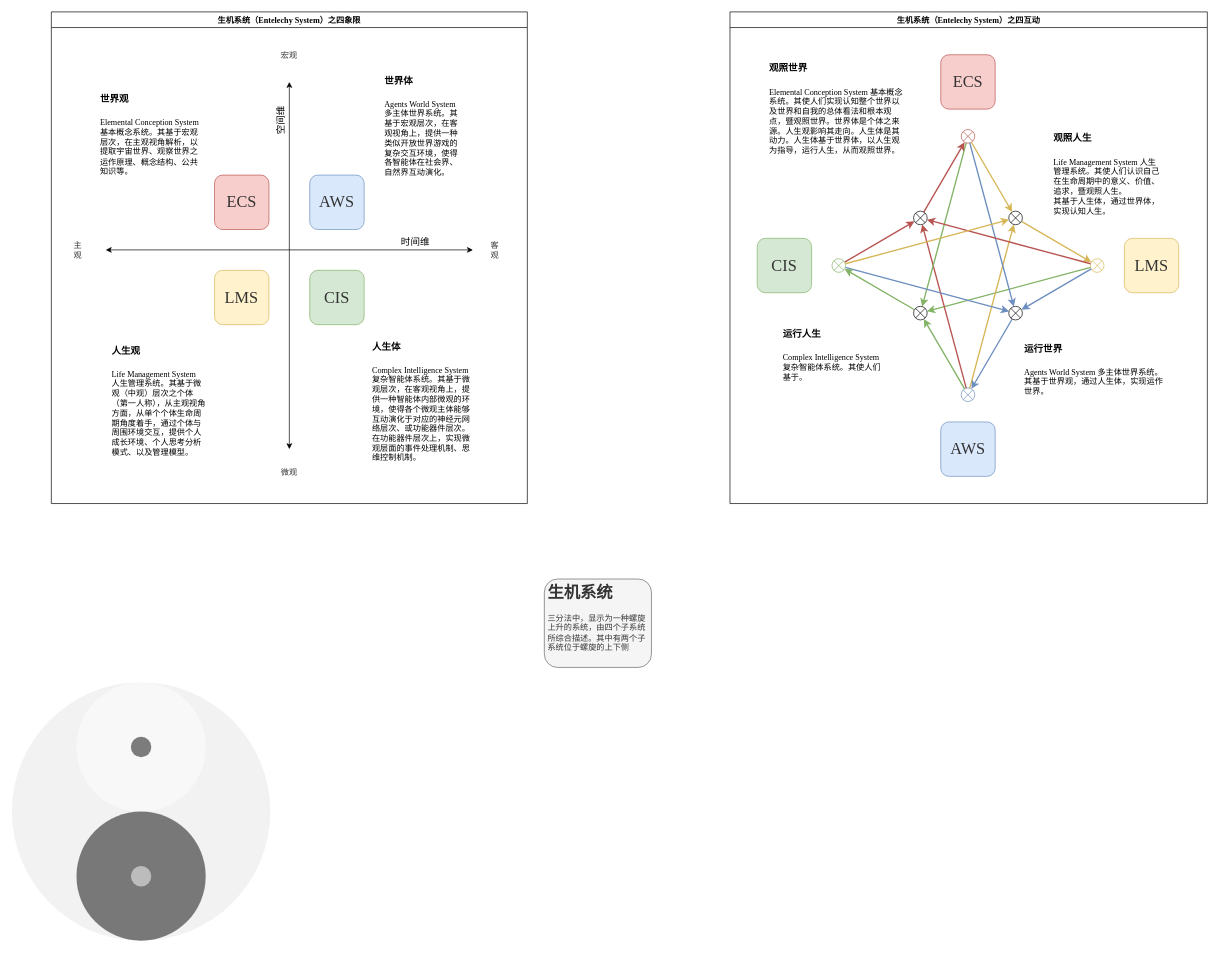
Above: page "生机系统之总体框架" (1 of 2) of Theory/总体分析框架.drawio in EntelechySystem/EntelechySystem_theory (draw.io), before the change. Source tidied: cells renumbered, new cells numbered last; positions are measured from the earlier drawing's top-left corner, leaving out a move shared by most shapes. Both pictures are drawn from the tidied source at 68%, with x=0, y=0 at pixel (12, 12).
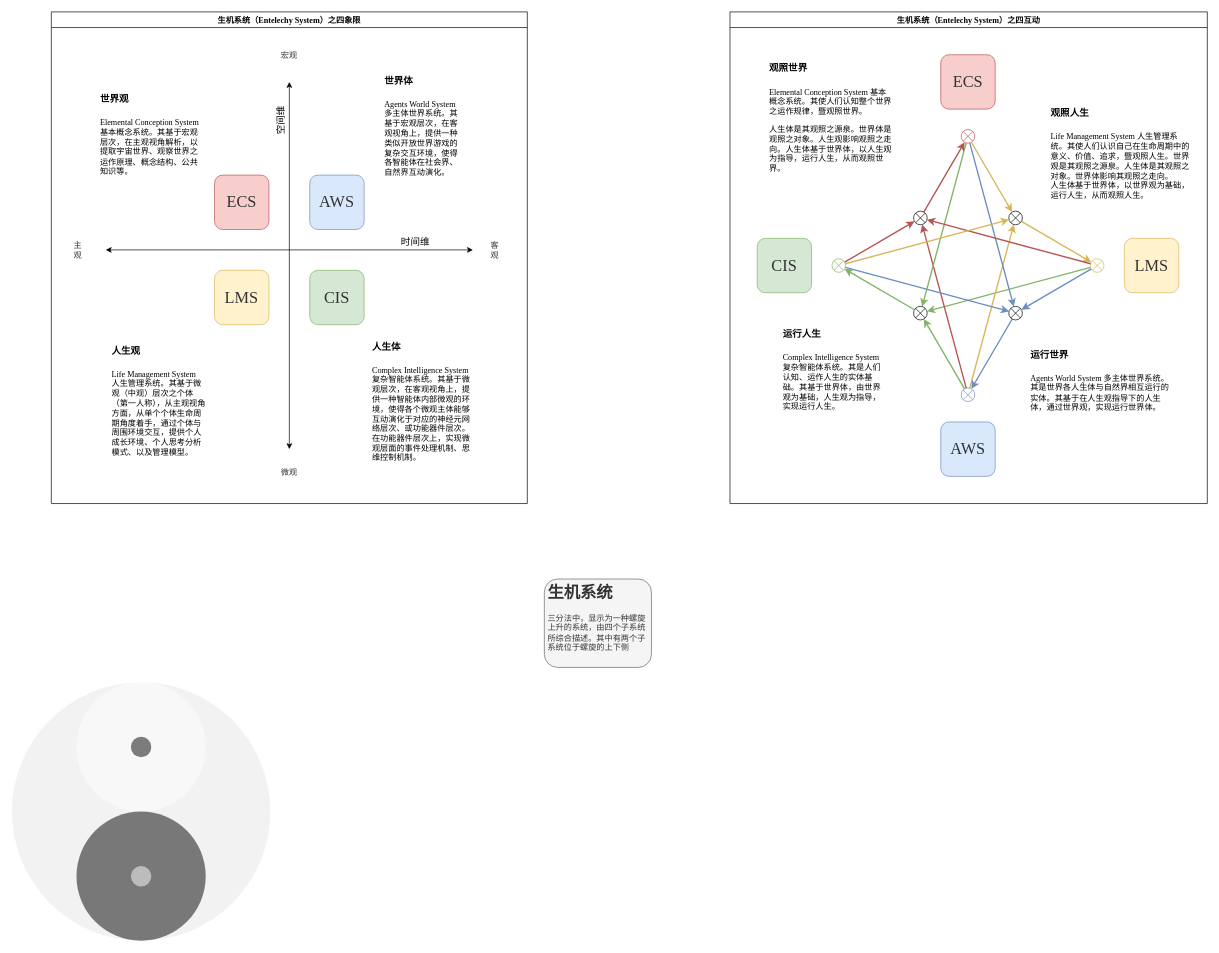
After the change.

Commit message:
Update 总体分析框架.drawio

The change refers to these unchanged cells:
```xml
<mxCell id="2" value="生机系统（Entelechy System）之四互动" style="swimlane;fontFamily=Times New Roman;fontSize=12;fixDash=0;" parent="1" vertex="1">
  <mxGeometry x="1056" width="702" height="723" as="geometry" />
</mxCell>
```

What changed in the source:
```diff
@@
-    <mxCell id="31" value="&lt;h1 style=&quot;&quot;&gt;&lt;span style=&quot;font-size: 14px;&quot;&gt;观照世界&lt;/span&gt;&lt;/h1&gt;&lt;p style=&quot;font-size: 12px;&quot;&gt;Elemental Conception System 基本概念系统。其使人们实现认知整个世界以及世界和自我的总体看法和根本观点，暨观照世界。世界体是个体之来源。人生观影响其走向。人生体是其动力。人生体基于世界体，以人生观为指导，运行人生，从而观照世界。&lt;br&gt;&lt;/p&gt;" style="text;html=1;strokeColor=none;fillColor=none;spacing=5;spacingTop=-20;whiteSpace=wrap;overflow=hidden;rounded=0;fontFamily=Times New Roman;fontSize=12;" parent="2" vertex="1">
-      <mxGeometry x="53" y="60" width="206" height="228" as="geometry" />
+    <mxCell id="31" value="&lt;p style=&quot;line-height: 1;&quot;&gt;&lt;/p&gt;&lt;h1 style=&quot;&quot;&gt;&lt;span style=&quot;font-size: 14px;&quot;&gt;观照世界&lt;/span&gt;&lt;/h1&gt;&lt;p style=&quot;font-size: 12px;&quot;&gt;Elemental Conception System 基本概念系统。其使人们认知整个世界之运作规律，暨观照世界。&lt;/p&gt;&lt;p&gt;人生体是其观照之源泉。&lt;span style=&quot;background-color: initial;&quot;&gt;世界体是观照之对象。人生观影响观照之走向。人生体基于世界体，以人生观为指导，运行人生，从而观照世界。&lt;/span&gt;&lt;/p&gt;&lt;p&gt;&lt;/p&gt;" style="text;html=1;strokeColor=none;fillColor=none;spacing=5;spacingTop=-20;whiteSpace=wrap;overflow=hidden;rounded=0;fontFamily=Times New Roman;fontSize=12;" parent="2" vertex="1">
+      <mxGeometry x="53" y="60" width="189" height="186" as="geometry" />
     </mxCell>
-    <mxCell id="32" value="&lt;p style=&quot;line-height: 1.2;&quot;&gt;&lt;/p&gt;&lt;h1 style=&quot;&quot;&gt;&lt;span style=&quot;font-size: 14px;&quot;&gt;观照人生&lt;/span&gt;&lt;/h1&gt;&lt;p style=&quot;font-size: 12px;&quot;&gt;&lt;/p&gt;Life Management System 人生管理系统。其使人们认识自己在生命周期中的意义、价值、追求，暨观照人生。&lt;br&gt;其基于人生体，通过世界体，实现认知人生。&lt;p&gt;&lt;/p&gt;" style="text;html=1;strokeColor=none;fillColor=none;spacing=5;spacingTop=-20;whiteSpace=wrap;overflow=hidden;rounded=0;fontFamily=Times New Roman;fontSize=12;" parent="2" vertex="1">
-      <mxGeometry x="471" y="163" width="164" height="152" as="geometry" />
+    <mxCell id="32" value="&lt;p style=&quot;line-height: 1.2;&quot;&gt;&lt;/p&gt;&lt;h1 style=&quot;&quot;&gt;&lt;span style=&quot;font-size: 14px;&quot;&gt;观照人生&lt;/span&gt;&lt;/h1&gt;&lt;p style=&quot;font-size: 12px;&quot;&gt;&lt;/p&gt;Life Management System 人生管理系统。其使人们认识自己在生命周期中的意义、价值、追求，暨观照人生。世界观是其观照之源泉。人生体是其观照之对象。世界体影响其观照之走向。&lt;br&gt;人生体基于世界体，以世界观为基础，运行人生，从而观照人生。&lt;p&gt;&lt;/p&gt;" style="text;html=1;strokeColor=none;fillColor=none;spacing=5;spacingTop=-20;whiteSpace=wrap;overflow=hidden;rounded=0;fontFamily=Times New Roman;fontSize=12;" parent="2" vertex="1">
+      <mxGeometry x="467" y="126" width="218" height="152" as="geometry" />
     </mxCell>
-    <mxCell id="33" value="&lt;h1&gt;&lt;span style=&quot;font-size: 14px;&quot;&gt;运行世界&lt;/span&gt;&lt;/h1&gt;&lt;h1&gt;&lt;p style=&quot;font-size: 12px; font-weight: 400;&quot;&gt;Agents World System 多主体世界系统。其基于世界观，通过人生体，实现运作世界。&lt;/p&gt;&lt;/h1&gt;" style="text;html=1;strokeColor=none;fillColor=none;spacing=5;spacingTop=-20;whiteSpace=wrap;overflow=hidden;rounded=0;fontFamily=Times New Roman;fontSize=12;" parent="2" vertex="1">
-      <mxGeometry x="428" y="472" width="214" height="114" as="geometry" />
+    <mxCell id="33" value="&lt;h1&gt;&lt;span style=&quot;font-size: 14px;&quot;&gt;运行世界&lt;/span&gt;&lt;/h1&gt;&lt;h1&gt;&lt;p style=&quot;font-size: 12px; font-weight: 400;&quot;&gt;Agents World System 多主体世界系统。其是世界各人生体与自然界相互运行的实体。其基于在人生观指导下的人生体，通过世界观，实现运行世界体。&lt;/p&gt;&lt;/h1&gt;" style="text;html=1;strokeColor=none;fillColor=none;spacing=5;spacingTop=-20;whiteSpace=wrap;overflow=hidden;rounded=0;fontFamily=Times New Roman;fontSize=12;" parent="2" vertex="1">
+      <mxGeometry x="437" y="481" width="214" height="114" as="geometry" />
     </mxCell>
-    <mxCell id="34" value="&lt;h1 style=&quot;&quot;&gt;&lt;span style=&quot;font-size: 14px;&quot;&gt;运行人生&lt;/span&gt;&lt;/h1&gt;&lt;p style=&quot;font-size: 12px;&quot;&gt;Complex Intelligence System 复杂智能体系统。其使人们基于。&lt;/p&gt;" style="text;html=1;strokeColor=none;fillColor=none;spacing=5;spacingTop=-20;whiteSpace=wrap;overflow=hidden;rounded=0;fontFamily=Times New Roman;fontSize=12;" parent="2" vertex="1">
-      <mxGeometry x="73" y="451" width="152" height="126" as="geometry" />
+    <mxCell id="34" value="&lt;h1 style=&quot;&quot;&gt;&lt;span style=&quot;font-size: 14px;&quot;&gt;运行人生&lt;/span&gt;&lt;/h1&gt;&lt;p style=&quot;font-size: 12px;&quot;&gt;Complex Intelligence System 复杂智能体系统。其是人们认知、运作人生的实体基础。其基于世界体，由世界观为基础，人生观为指导，实现运行人生。&lt;/p&gt;" style="text;html=1;strokeColor=none;fillColor=none;spacing=5;spacingTop=-20;whiteSpace=wrap;overflow=hidden;rounded=0;fontFamily=Times New Roman;fontSize=12;" parent="2" vertex="1">
+      <mxGeometry x="73" y="451" width="161" height="155" as="geometry" />
     </mxCell>
```
